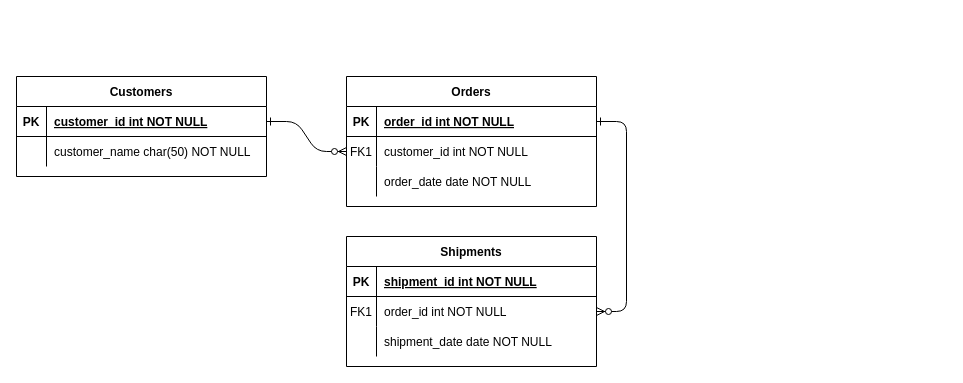
Before: Untitled Diagram.drawio in ZM-UniConnect/Design, a draw.io diagram. Source tidied: cells renumbered, new cells numbered last; positions are measured from the earlier drawing's top-left corner, leaving out a move shared by most shapes. Both pictures are drawn from the tidied source at 100%, with x=0, y=0 at pixel (16, 76).
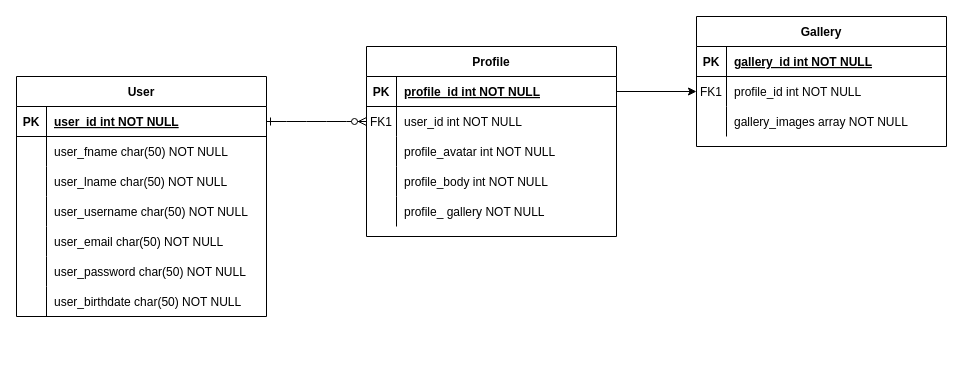
The same page after the edit.

The change refers to these unchanged cells:
```xml
<mxCell id="5" style="shape=partialRectangle;fillColor=none;points=[[0,0.5],[1,0.5]];portConstraint=eastwest;top=0;left=0;right=0;bottom=1;" parent="4" vertex="1">
  <mxGeometry y="30" width="250" height="30" as="geometry" />
</mxCell>
<mxCell id="8" style="shape=partialRectangle;fillColor=none;points=[[0,0.5],[1,0.5]];portConstraint=eastwest;top=0;left=0;right=0;bottom=0;" parent="4" vertex="1">
  <mxGeometry y="60" width="250" height="30" as="geometry" />
</mxCell>
<mxCell id="25" style="shape=partialRectangle;fillColor=none;points=[[0,0.5],[1,0.5]];portConstraint=eastwest;top=0;left=0;right=0;bottom=1;" parent="24" vertex="1">
  <mxGeometry y="30" width="250" height="30" as="geometry" />
</mxCell>
```

Diff of the diagram source:
```diff
@@
-    <mxCell id="2" style="edgeStyle=entityRelationEdgeStyle;endArrow=ERzeroToMany;startArrow=ERone;endFill=1;startFill=0;" parent="1" edge="1" source="25" target="8">
+    <mxCell id="2" style="edgeStyle=entityRelationEdgeStyle;endArrow=ERzeroToMany;startArrow=ERone;endFill=1;startFill=0;exitX=1;exitY=0.5;exitDx=0;exitDy=0;exitPerimeter=0;" parent="1" edge="1" source="25" target="8">
       <mxGeometry relative="1" as="geometry" />
     </mxCell>
-    <mxCell id="3" style="edgeStyle=entityRelationEdgeStyle;endArrow=ERzeroToMany;startArrow=ERone;endFill=1;startFill=0;" parent="1" edge="1" source="5" target="18">
-      <mxGeometry relative="1" as="geometry" />
-    </mxCell>
-    <mxCell id="4" value="Orders" style="shape=table;startSize=30;childLayout=tableLayout;rowLines=0;fontStyle=1;align=center;" parent="1" vertex="1">
-      <mxGeometry x="330" width="250" height="130" as="geometry" />
+    <mxCell id="4" value="Profile" style="shape=table;startSize=30;childLayout=tableLayout;rowLines=0;fontStyle=1;align=center;" parent="1" vertex="1">
+      <mxGeometry x="350" y="-30" width="250" height="190" as="geometry" />
     </mxCell>
@@
-    <mxCell id="7" value="order_id int NOT NULL " style="shape=partialRectangle;overflow=hidden;fillColor=none;top=0;left=0;bottom=0;right=0;align=left;spacingLeft=6;fontStyle=5;" parent="5" vertex="1">
+    <mxCell id="7" value="profile_id int NOT NULL " style="shape=partialRectangle;overflow=hidden;fillColor=none;top=0;left=0;bottom=0;right=0;align=left;spacingLeft=6;fontStyle=5;" parent="5" vertex="1">
       <mxGeometry x="30" width="220" height="30" as="geometry" />
     </mxCell>
@@
-    <mxCell id="10" value="customer_id int NOT NULL" style="shape=partialRectangle;overflow=hidden;fillColor=none;top=0;left=0;bottom=0;right=0;align=left;spacingLeft=6;" parent="8" vertex="1">
+    <mxCell id="10" value="user_id int NOT NULL" style="shape=partialRectangle;overflow=hidden;fillColor=none;top=0;left=0;bottom=0;right=0;align=left;spacingLeft=6;" parent="8" vertex="1">
       <mxGeometry x="30" width="220" height="30" as="geometry" />
     </mxCell>
-    <mxCell id="11" style="shape=partialRectangle;fillColor=none;top=0;left=0;right=0;bottom=0;" parent="4" vertex="1">
-      <mxGeometry y="90" width="250" height="30" as="geometry" />
-    </mxCell>
-    <mxCell id="12" style="shape=partialRectangle;overflow=hidden;fillColor=none;top=0;left=0;bottom=0;right=0;" parent="11" vertex="1">
-      <mxGeometry width="30" height="30" as="geometry" />
-    </mxCell>
-    <mxCell id="13" value="order_date date NOT NULL" style="shape=partialRectangle;overflow=hidden;fillColor=none;top=0;left=0;bottom=0;right=0;align=left;spacingLeft=6;" parent="11" vertex="1">
-      <mxGeometry x="30" width="220" height="30" as="geometry" />
-    </mxCell>
-    <mxCell id="14" value="Shipments" style="shape=table;startSize=30;childLayout=tableLayout;rowLines=0;fontStyle=1;align=center;" parent="1" vertex="1">
-      <mxGeometry x="330" y="160" width="250" height="130" as="geometry" />
-    </mxCell>
-    <mxCell id="15" style="shape=partialRectangle;fillColor=none;top=0;left=0;right=0;bottom=1;" parent="14" vertex="1">
-      <mxGeometry y="30" width="250" height="30" as="geometry" />
-    </mxCell>
-    <mxCell id="16" value="PK" style="shape=partialRectangle;overflow=hidden;fillColor=none;top=0;left=0;bottom=0;right=0;fontStyle=1;" parent="15" vertex="1">
-      <mxGeometry width="30" height="30" as="geometry" />
-    </mxCell>
-    <mxCell id="17" value="shipment_id int NOT NULL " style="shape=partialRectangle;overflow=hidden;fillColor=none;top=0;left=0;bottom=0;right=0;align=left;spacingLeft=6;fontStyle=5;" parent="15" vertex="1">
-      <mxGeometry x="30" width="220" height="30" as="geometry" />
-    </mxCell>
-    <mxCell id="18" style="shape=partialRectangle;fillColor=none;points=[[0,0.5],[1,0.5]];portConstraint=eastwest;top=0;left=0;right=0;bottom=0;" parent="14" vertex="1">
-      <mxGeometry y="60" width="250" height="30" as="geometry" />
-    </mxCell>
-    <mxCell id="19" value="FK1" style="shape=partialRectangle;overflow=hidden;fillColor=none;top=0;left=0;bottom=0;right=0;" parent="18" vertex="1">
-      <mxGeometry width="30" height="30" as="geometry" />
-    </mxCell>
-    <mxCell id="20" value="order_id int NOT NULL" style="shape=partialRectangle;overflow=hidden;fillColor=none;top=0;left=0;bottom=0;right=0;align=left;spacingLeft=6;" parent="18" vertex="1">
-      <mxGeometry x="30" width="220" height="30" as="geometry" />
-    </mxCell>
-    <mxCell id="21" style="shape=partialRectangle;fillColor=none;top=0;left=0;right=0;bottom=0;" parent="14" vertex="1">
-      <mxGeometry y="90" width="250" height="30" as="geometry" />
-    </mxCell>
-    <mxCell id="22" style="shape=partialRectangle;overflow=hidden;fillColor=none;top=0;left=0;bottom=0;right=0;" parent="21" vertex="1">
-      <mxGeometry width="30" height="30" as="geometry" />
-    </mxCell>
-    <mxCell id="23" value="shipment_date date NOT NULL" style="shape=partialRectangle;overflow=hidden;fillColor=none;top=0;left=0;bottom=0;right=0;align=left;spacingLeft=6;" parent="21" vertex="1">
-      <mxGeometry x="30" width="220" height="30" as="geometry" />
-    </mxCell>
+    <mxCell id="31" style="shape=partialRectangle;fillColor=none;top=0;left=0;right=0;bottom=0;" parent="4" vertex="1">
+      <mxGeometry y="90" width="250" height="30" as="geometry" />
+    </mxCell>
+    <mxCell id="32" style="shape=partialRectangle;overflow=hidden;fillColor=none;top=0;left=0;bottom=0;right=0;" parent="31" vertex="1">
+      <mxGeometry width="30" height="30" as="geometry" />
+    </mxCell>
+    <mxCell id="33" value="profile_avatar int NOT NULL" style="shape=partialRectangle;overflow=hidden;fillColor=none;top=0;left=0;bottom=0;right=0;align=left;spacingLeft=6;" parent="31" vertex="1">
+      <mxGeometry x="30" width="220" height="30" as="geometry" />
+    </mxCell>
+    <mxCell id="34" style="shape=partialRectangle;fillColor=none;top=0;left=0;right=0;bottom=0;" parent="4" vertex="1">
+      <mxGeometry y="120" width="250" height="30" as="geometry" />
+    </mxCell>
+    <mxCell id="35" style="shape=partialRectangle;overflow=hidden;fillColor=none;top=0;left=0;bottom=0;right=0;" parent="34" vertex="1">
+      <mxGeometry width="30" height="30" as="geometry" />
+    </mxCell>
+    <mxCell id="36" value="profile_body int NOT NULL" style="shape=partialRectangle;overflow=hidden;fillColor=none;top=0;left=0;bottom=0;right=0;align=left;spacingLeft=6;" parent="34" vertex="1">
+      <mxGeometry x="30" width="220" height="30" as="geometry" />
+    </mxCell>
+    <mxCell id="37" style="shape=partialRectangle;fillColor=none;top=0;left=0;right=0;bottom=0;" parent="4" vertex="1">
+      <mxGeometry y="150" width="250" height="30" as="geometry" />
+    </mxCell>
+    <mxCell id="38" style="shape=partialRectangle;overflow=hidden;fillColor=none;top=0;left=0;bottom=0;right=0;" parent="37" vertex="1">
+      <mxGeometry width="30" height="30" as="geometry" />
+    </mxCell>
+    <mxCell id="39" value="profile_ gallery NOT NULL" style="shape=partialRectangle;overflow=hidden;fillColor=none;top=0;left=0;bottom=0;right=0;align=left;spacingLeft=6;" parent="37" vertex="1">
+      <mxGeometry x="30" width="220" height="30" as="geometry" />
+    </mxCell>
-    <mxCell id="24" value="Customers" style="shape=table;startSize=30;childLayout=tableLayout;rowLines=0;fontStyle=1;align=center;" parent="1" vertex="1">
-      <mxGeometry width="250" height="100" as="geometry" />
+    <mxCell id="24" value="User" style="shape=table;startSize=30;childLayout=tableLayout;rowLines=0;fontStyle=1;align=center;" parent="1" vertex="1">
+      <mxGeometry width="250" height="240" as="geometry" />
     </mxCell>
@@
-    <mxCell id="27" value="customer_id int NOT NULL " style="shape=partialRectangle;overflow=hidden;fillColor=none;top=0;left=0;bottom=0;right=0;align=left;spacingLeft=6;fontStyle=5;" parent="25" vertex="1">
+    <mxCell id="27" value="user_id int NOT NULL " style="shape=partialRectangle;overflow=hidden;fillColor=none;top=0;left=0;bottom=0;right=0;align=left;spacingLeft=6;fontStyle=5;" parent="25" vertex="1">
       <mxGeometry x="30" width="220" height="30" as="geometry" />
     </mxCell>
+    <mxCell id="40" style="shape=partialRectangle;fillColor=none;top=0;left=0;right=0;bottom=0;" parent="24" vertex="1">
+      <mxGeometry y="60" width="250" height="30" as="geometry" />
+    </mxCell>
+    <mxCell id="41" style="shape=partialRectangle;overflow=hidden;fillColor=none;top=0;left=0;bottom=0;right=0;" parent="40" vertex="1">
+      <mxGeometry width="30" height="30" as="geometry" />
+    </mxCell>
+    <mxCell id="42" value="user_fname char(50) NOT NULL" style="shape=partialRectangle;overflow=hidden;fillColor=none;top=0;left=0;bottom=0;right=0;align=left;spacingLeft=6;" parent="40" vertex="1">
+      <mxGeometry x="30" width="220" height="30" as="geometry" />
+    </mxCell>
+    <mxCell id="43" style="shape=partialRectangle;fillColor=none;top=0;left=0;right=0;bottom=0;" parent="24" vertex="1">
+      <mxGeometry y="90" width="250" height="30" as="geometry" />
+    </mxCell>
+    <mxCell id="44" style="shape=partialRectangle;overflow=hidden;fillColor=none;top=0;left=0;bottom=0;right=0;" parent="43" vertex="1">
+      <mxGeometry width="30" height="30" as="geometry" />
+    </mxCell>
+    <mxCell id="45" value="user_lname char(50) NOT NULL" style="shape=partialRectangle;overflow=hidden;fillColor=none;top=0;left=0;bottom=0;right=0;align=left;spacingLeft=6;" parent="43" vertex="1">
+      <mxGeometry x="30" width="220" height="30" as="geometry" />
+    </mxCell>
+    <mxCell id="46" style="shape=partialRectangle;fillColor=none;top=0;left=0;right=0;bottom=0;" parent="24" vertex="1">
+      <mxGeometry y="120" width="250" height="30" as="geometry" />
+    </mxCell>
+    <mxCell id="47" style="shape=partialRectangle;overflow=hidden;fillColor=none;top=0;left=0;bottom=0;right=0;" parent="46" vertex="1">
+      <mxGeometry width="30" height="30" as="geometry" />
+    </mxCell>
+    <mxCell id="48" value="user_username char(50) NOT NULL" style="shape=partialRectangle;overflow=hidden;fillColor=none;top=0;left=0;bottom=0;right=0;align=left;spacingLeft=6;" parent="46" vertex="1">
+      <mxGeometry x="30" width="220" height="30" as="geometry" />
+    </mxCell>
+    <mxCell id="49" style="shape=partialRectangle;fillColor=none;top=0;left=0;right=0;bottom=0;" parent="24" vertex="1">
+      <mxGeometry y="150" width="250" height="30" as="geometry" />
+    </mxCell>
+    <mxCell id="50" style="shape=partialRectangle;overflow=hidden;fillColor=none;top=0;left=0;bottom=0;right=0;" parent="49" vertex="1">
+      <mxGeometry width="30" height="30" as="geometry" />
+    </mxCell>
+    <mxCell id="51" value="user_email char(50) NOT NULL" style="shape=partialRectangle;overflow=hidden;fillColor=none;top=0;left=0;bottom=0;right=0;align=left;spacingLeft=6;" parent="49" vertex="1">
+      <mxGeometry x="30" width="220" height="30" as="geometry" />
+    </mxCell>
+    <mxCell id="52" style="shape=partialRectangle;fillColor=none;top=0;left=0;right=0;bottom=0;" parent="24" vertex="1">
+      <mxGeometry y="180" width="250" height="30" as="geometry" />
+    </mxCell>
+    <mxCell id="53" style="shape=partialRectangle;overflow=hidden;fillColor=none;top=0;left=0;bottom=0;right=0;" parent="52" vertex="1">
+      <mxGeometry width="30" height="30" as="geometry" />
+    </mxCell>
+    <mxCell id="54" value="user_password char(50) NOT NULL" style="shape=partialRectangle;overflow=hidden;fillColor=none;top=0;left=0;bottom=0;right=0;align=left;spacingLeft=6;" parent="52" vertex="1">
+      <mxGeometry x="30" width="220" height="30" as="geometry" />
+    </mxCell>
     <mxCell id="28" style="shape=partialRectangle;fillColor=none;top=0;left=0;right=0;bottom=0;" parent="24" vertex="1">
-      <mxGeometry y="60" width="250" height="30" as="geometry" />
+      <mxGeometry y="210" width="250" height="30" as="geometry" />
     </mxCell>
@@
-    <mxCell id="30" value="customer_name char(50) NOT NULL" style="shape=partialRectangle;overflow=hidden;fillColor=none;top=0;left=0;bottom=0;right=0;align=left;spacingLeft=6;" parent="28" vertex="1">
+    <mxCell id="30" value="user_birthdate char(50) NOT NULL" style="shape=partialRectangle;overflow=hidden;fillColor=none;top=0;left=0;bottom=0;right=0;align=left;spacingLeft=6;" parent="28" vertex="1">
       <mxGeometry x="30" width="220" height="30" as="geometry" />
     </mxCell>
+    <mxCell id="55" value="Gallery" style="shape=table;startSize=30;childLayout=tableLayout;rowLines=0;fontStyle=1;align=center;" parent="1" vertex="1">
+      <mxGeometry x="680" y="-60" width="250" height="130" as="geometry" />
+    </mxCell>
+    <mxCell id="15" style="shape=partialRectangle;fillColor=none;top=0;left=0;right=0;bottom=1;" parent="55" vertex="1">
+      <mxGeometry y="30" width="250" height="30" as="geometry" />
+    </mxCell>
+    <mxCell id="16" value="PK" style="shape=partialRectangle;overflow=hidden;fillColor=none;top=0;left=0;bottom=0;right=0;fontStyle=1;" parent="15" vertex="1">
+      <mxGeometry width="30" height="30" as="geometry" />
+    </mxCell>
+    <mxCell id="56" value="gallery_id int NOT NULL " style="shape=partialRectangle;overflow=hidden;fillColor=none;top=0;left=0;bottom=0;right=0;align=left;spacingLeft=6;fontStyle=5;" parent="15" vertex="1">
+      <mxGeometry x="30" width="220" height="30" as="geometry" />
+    </mxCell>
+    <mxCell id="57" style="shape=partialRectangle;fillColor=none;points=[[0,0.5],[1,0.5]];portConstraint=eastwest;top=0;left=0;right=0;bottom=0;" parent="55" vertex="1">
+      <mxGeometry y="60" width="250" height="30" as="geometry" />
+    </mxCell>
+    <mxCell id="19" value="FK1" style="shape=partialRectangle;overflow=hidden;fillColor=none;top=0;left=0;bottom=0;right=0;" parent="57" vertex="1">
+      <mxGeometry width="30" height="30" as="geometry" />
+    </mxCell>
+    <mxCell id="58" value="profile_id int NOT NULL" style="shape=partialRectangle;overflow=hidden;fillColor=none;top=0;left=0;bottom=0;right=0;align=left;spacingLeft=6;" parent="57" vertex="1">
+      <mxGeometry x="30" width="220" height="30" as="geometry" />
+    </mxCell>
+    <mxCell id="59" style="shape=partialRectangle;fillColor=none;top=0;left=0;right=0;bottom=0;" parent="55" vertex="1">
+      <mxGeometry y="90" width="250" height="30" as="geometry" />
+    </mxCell>
+    <mxCell id="60" style="shape=partialRectangle;overflow=hidden;fillColor=none;top=0;left=0;bottom=0;right=0;" parent="59" vertex="1">
+      <mxGeometry width="30" height="30" as="geometry" />
+    </mxCell>
+    <mxCell id="61" value="gallery_images array NOT NULL" style="shape=partialRectangle;overflow=hidden;fillColor=none;top=0;left=0;bottom=0;right=0;align=left;spacingLeft=6;" parent="59" vertex="1">
+      <mxGeometry x="30" width="220" height="30" as="geometry" />
+    </mxCell>
+    <mxCell id="62" style="edgeStyle=orthogonalEdgeStyle;rounded=0;jettySize=auto;html=1;" parent="1" edge="1" source="5" target="57">
+      <mxGeometry relative="1" as="geometry" />
+    </mxCell>
```
